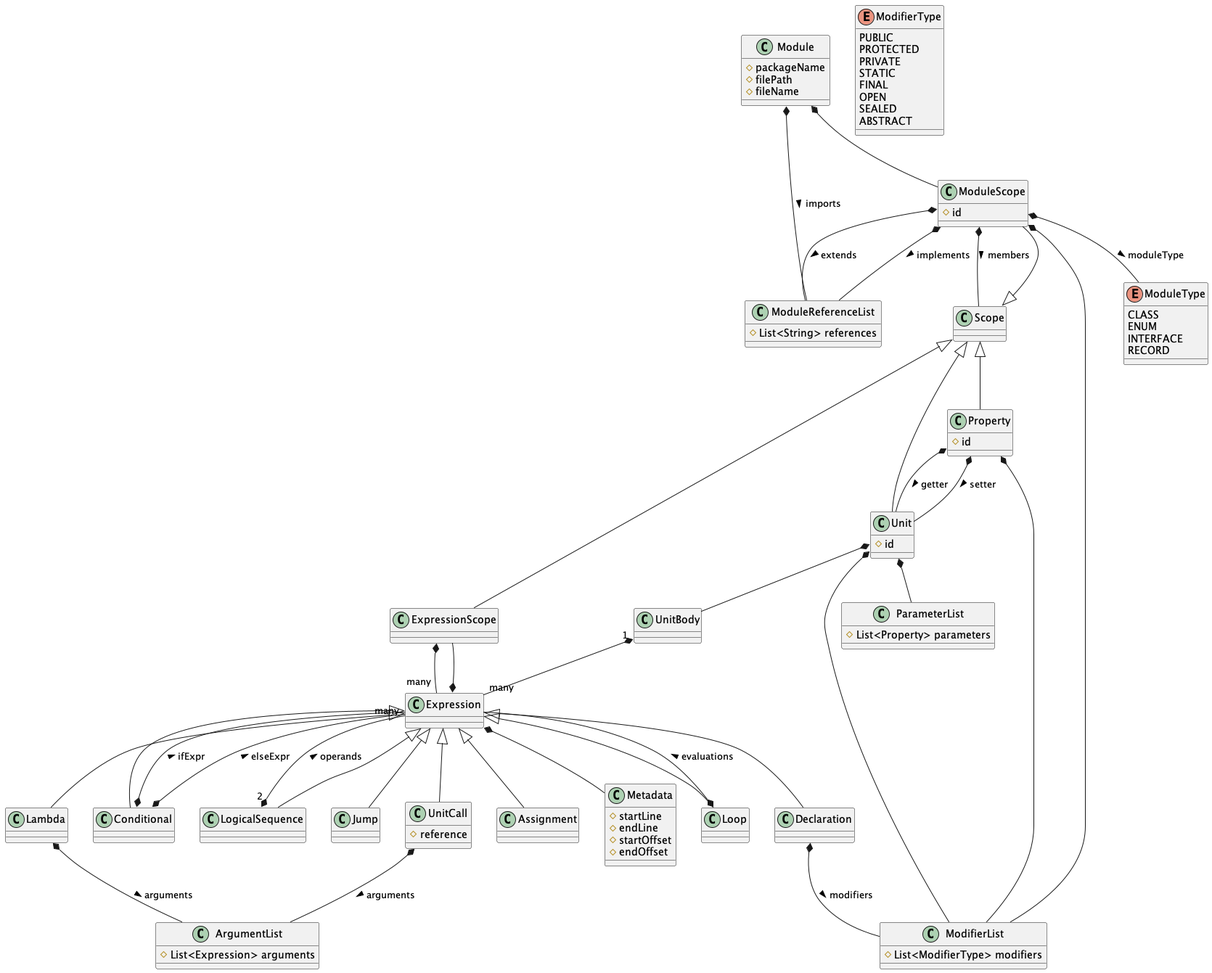
This is docs/metamodel-v2-1.png from MarnickvdA/LAMP-Framework, a PlantUML export, as it was before one commit. The source it was exported from:
```plantuml
@startuml
class Module
class Metadata
class Scope
class ModuleScope
class Unit
class UnitBody
class Property
class Expression
class ExpressionScope

class Loop
class Conditional
class LogicalSequence
class Jump
class Declaration
class Assignment
class Lambda
class UnitCall

class ModuleReferenceList
class ModifierList
class ParameterList
class ArgumentList

enum ModuleType {
    CLASS
    ENUM
    INTERFACE
    RECORD
}

enum ModifierType {
    PUBLIC
    PROTECTED
    PRIVATE
    STATIC
    FINAL
    OPEN
    SEALED
    ABSTRACT
}

Module : # packageName
Module : # filePath
Module : # fileName
Module *-- ModuleReferenceList : imports >
Module *-- ModuleScope

Scope <|-- ModuleScope
Scope <|-- Unit
Scope <|-- Property
Scope <|-- ExpressionScope

ModuleScope : # id
ModuleScope *-- ModuleType : moduleType >
ModuleScope *-- ModifierList
ModuleScope *-- ModuleReferenceList : extends >
ModuleScope *-- ModuleReferenceList : implements >
ModuleScope *-- Scope : members >

Unit : # id
Unit *-- ParameterList
Unit *-- ModifierList
Unit *-- UnitBody

UnitBody "1" *-- "many" Expression

Property : # id
Property *-- ModifierList
Property *-- Unit : getter >
Property *-- Unit : setter >

Expression *-- ExpressionScope
Expression *-- Metadata

ExpressionScope *-- "many" Expression

Expression <|-- Loop
Expression <|-- Conditional
Expression <|-- LogicalSequence
Expression <|-- Jump
Expression <|-- Declaration
Expression <|-- Assignment
Expression <|-- Lambda
Expression <|-- UnitCall

Loop *-- Expression : evaluations >

Conditional *-- Expression : ifExpr >
Conditional *-- Expression : elseExpr >

LogicalSequence "2" *-- "many" Expression : operands >

Declaration *-- ModifierList : modifiers >

Lambda *-- ArgumentList : arguments >

UnitCall : # reference
UnitCall *-- ArgumentList : arguments >

ModuleReferenceList : # List<String> references
ModifierList : # List<ModifierType> modifiers
ArgumentList : # List<Expression> arguments
ParameterList : # List<Property> parameters

Metadata : # startLine
Metadata : # endLine
Metadata : # startOffset
Metadata : # endOffset

@enduml
```
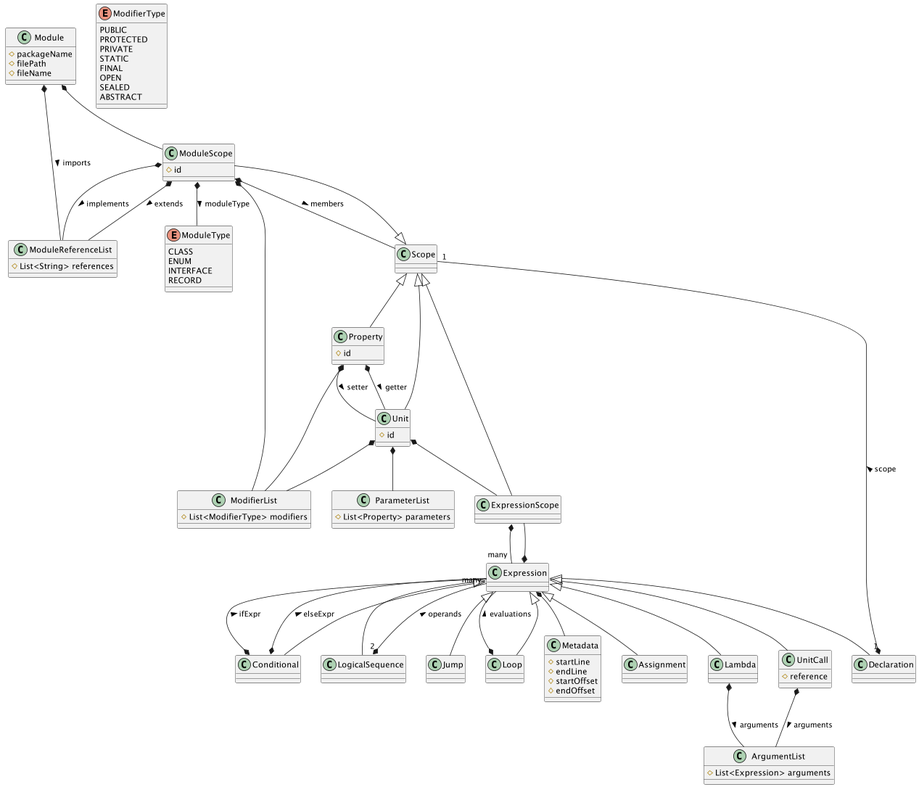
Above is the later version.

Change to the diagram source:
```diff
@@ -4,7 +4,6 @@
 class Scope
 class ModuleScope
 class Unit
-class UnitBody
 class Property
 class Expression
 class ExpressionScope
@@ -62,9 +61,8 @@
 Unit : # id
 Unit *-- ParameterList
 Unit *-- ModifierList
-Unit *-- UnitBody
 
-UnitBody "1" *-- "many" Expression
+Unit *-- ExpressionScope
 
 Property : # id
 Property *-- ModifierList
@@ -92,12 +90,12 @@
 
 LogicalSequence "2" *-- "many" Expression : operands >
 
-Declaration *-- ModifierList : modifiers >
-
 Lambda *-- ArgumentList : arguments >
 
 UnitCall : # reference
 UnitCall *-- ArgumentList : arguments >
+
+Declaration "1" *-- "1" Scope : scope >
 
 ModuleReferenceList : # List<String> references
 ModifierList : # List<ModifierType> modifiers
```
